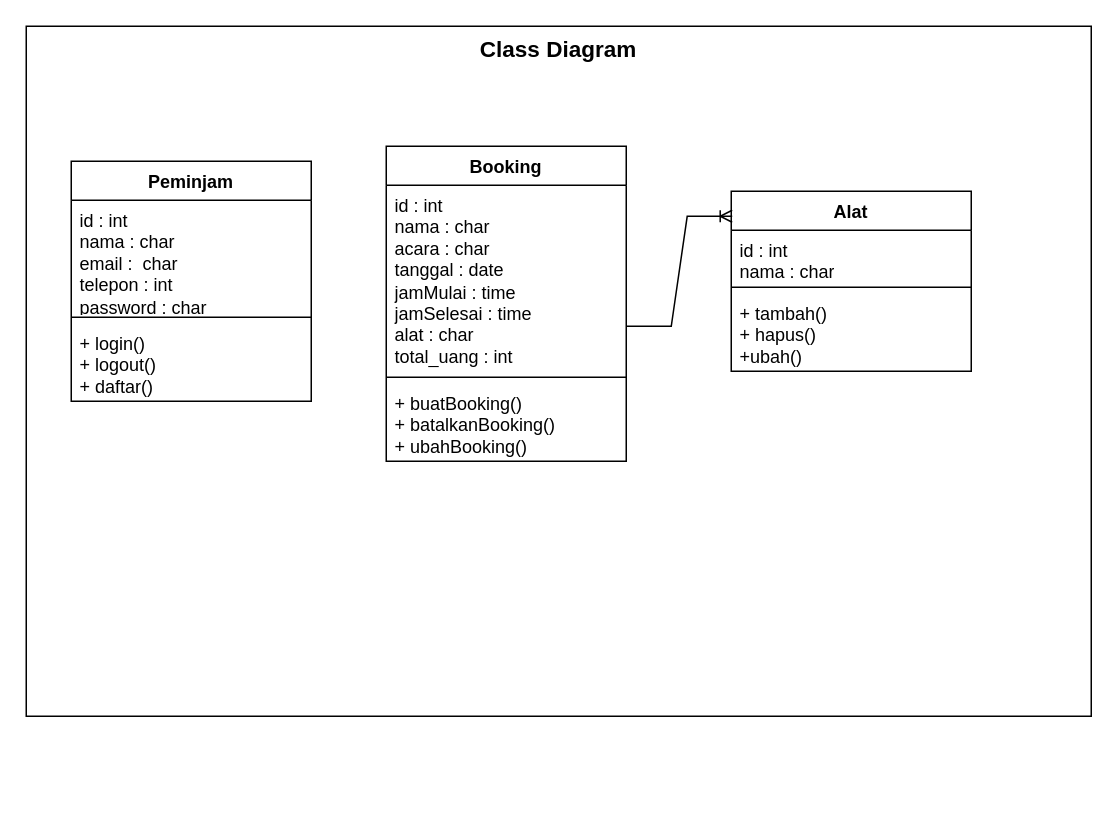
The draw.io diagram page "Class-diagram" (3 of 3) of alur-bisnis.drawio in ZulpaAgustin/BookNow, before the edit. Source tidied: cells renumbered, new cells numbered last; positions are measured from the earlier drawing's top-left corner, leaving out a move shared by most shapes. Both pictures are drawn from the tidied source at 150%, with x=0, y=0 at pixel (26, 26).
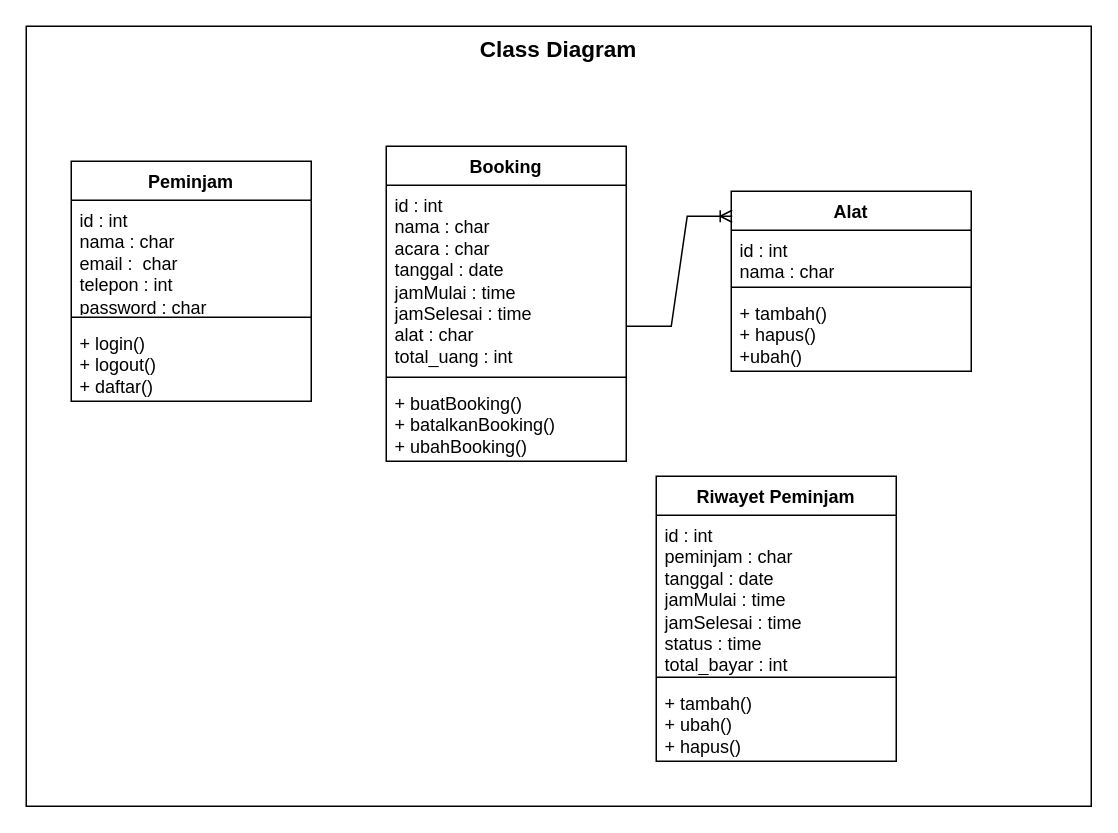
The same diagram, later.

Diff of the diagram source:
```diff
@@
     <mxCell id="2" value="Class Diagram" style="rounded=0;whiteSpace=wrap;html=1;verticalAlign=top;fontStyle=1;fontSize=15;" parent="1" vertex="1">
-      <mxGeometry width="710" height="460" as="geometry" />
+      <mxGeometry width="710" height="520" as="geometry" />
     </mxCell>
@@
+    <mxCell id="16" value="Riwayet Peminjam" style="swimlane;fontStyle=1;align=center;verticalAlign=top;horizontal=1;startSize=26;whiteSpace=wrap;html=1;" parent="1" vertex="1">
+      <mxGeometry x="420" y="300" width="160" height="190" as="geometry" />
+    </mxCell>
+    <mxCell id="17" value="id : int&lt;div&gt;peminjam : char&lt;/div&gt;&lt;div&gt;tanggal : date&lt;/div&gt;&lt;div&gt;jamMulai : time&lt;/div&gt;&lt;div&gt;jamSelesai : time&lt;/div&gt;&lt;div&gt;status : time&lt;/div&gt;&lt;div&gt;total_bayar : int&lt;/div&gt;" style="text;strokeColor=none;fillColor=none;align=left;verticalAlign=top;spacingLeft=4;spacingRight=4;overflow=hidden;whiteSpace=wrap;html=1;" parent="16" vertex="1">
+      <mxGeometry y="26" width="160" height="104" as="geometry" />
+    </mxCell>
+    <mxCell id="18" style="line;strokeWidth=1;fillColor=none;align=left;verticalAlign=middle;spacingTop=-1;spacingLeft=3;spacingRight=3;labelPosition=right;strokeColor=inherit;" parent="16" vertex="1">
+      <mxGeometry y="130" width="160" height="8" as="geometry" />
+    </mxCell>
+    <mxCell id="19" value="+ tambah()&lt;div&gt;+ ubah()&lt;/div&gt;&lt;div&gt;+ hapus()&lt;/div&gt;" style="text;strokeColor=none;fillColor=none;align=left;verticalAlign=top;spacingLeft=4;spacingRight=4;overflow=hidden;whiteSpace=wrap;html=1;" parent="16" vertex="1">
+      <mxGeometry y="138" width="160" height="52" as="geometry" />
+    </mxCell>
```
